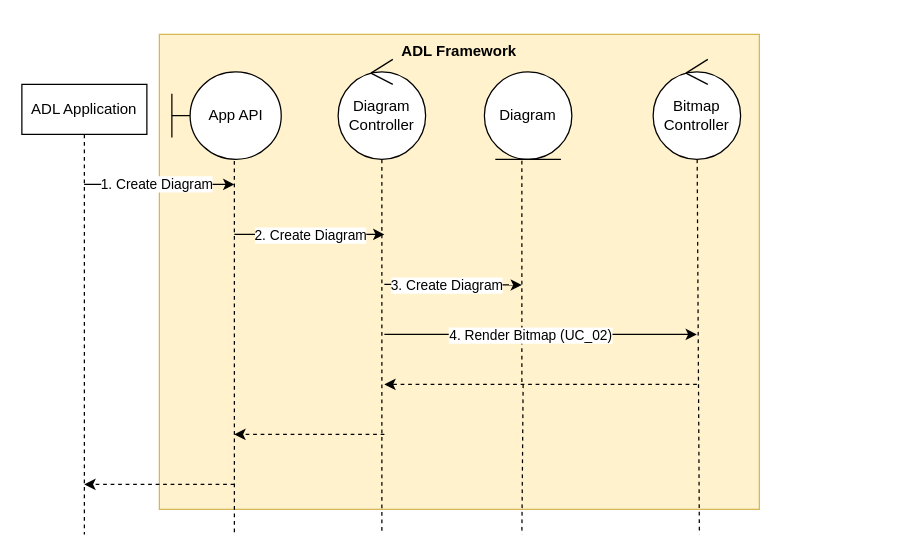
Before: Create Diagram.drawio in phunm211/SW-Associate-Architecture, a draw.io diagram. Source tidied: cells renumbered, new cells numbered last; positions are measured from the earlier drawing's top-left corner, leaving out a move shared by most shapes. Both pictures are drawn from the tidied source at 125%, with x=0, y=0 at pixel (21, 34).
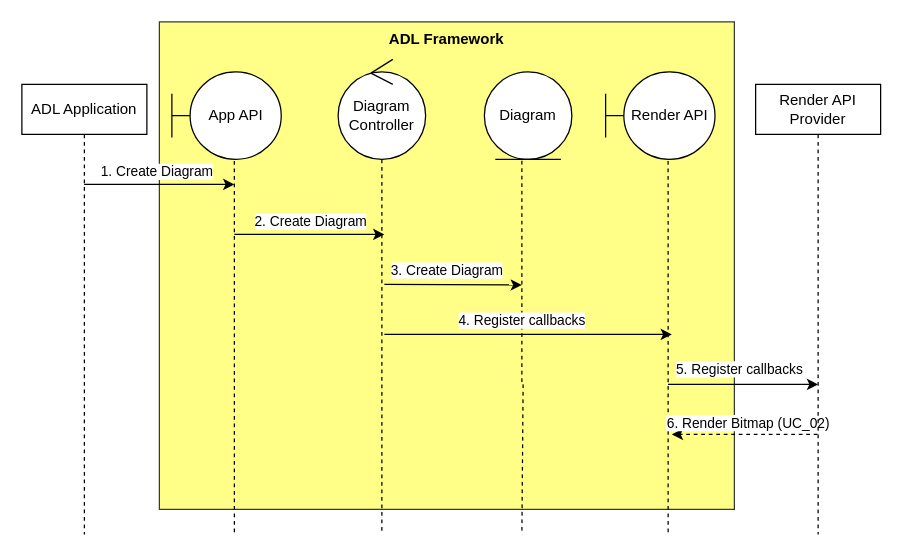
After the change.

Unchanged cells that the change refers to:
```xml
<mxCell id="3" style="edgeStyle=orthogonalEdgeStyle;rounded=0;orthogonalLoop=1;jettySize=auto;html=1;curved=0;" parent="1" edge="1">
  <mxGeometry relative="1" as="geometry">
    <mxPoint x="49.8" y="120" as="sourcePoint" />
    <mxPoint x="170" y="120" as="targetPoint" />
    <Array as="points">
      <mxPoint x="170" y="120" />
    </Array>
  </mxGeometry>
</mxCell>
<mxCell id="14" style="endArrow=classic;html=1;rounded=0;" parent="1" edge="1">
  <mxGeometry relative="1" as="geometry">
    <mxPoint x="290" y="200" as="sourcePoint" />
    <mxPoint x="400" y="200.5" as="targetPoint" />
  </mxGeometry>
</mxCell>
```

The edit, as a diff of the source:
```diff
@@
-    <mxCell id="2" value="&lt;b&gt;ADL Framework&lt;/b&gt;" style="rounded=0;whiteSpace=wrap;html=1;verticalAlign=top;fillColor=#fff2cc;strokeColor=#d6b656;" parent="1" vertex="1">
-      <mxGeometry x="110" width="480" height="380" as="geometry" />
+    <mxCell id="2" value="&lt;b&gt;ADL Framework&lt;/b&gt;" style="rounded=0;whiteSpace=wrap;html=1;verticalAlign=top;fillColor=#ffff88;strokeColor=#36393d;" parent="1" vertex="1">
+      <mxGeometry x="110" y="-10" width="460" height="390" as="geometry" />
     </mxCell>
+    <mxCell id="23" style="rounded=0;jettySize=auto;html=1;endArrow=none;endFill=0;dashed=1;exitX=0.571;exitY=1.019;exitDx=0;exitDy=0;exitPerimeter=0;" parent="1" edge="1" source="24">
+      <mxGeometry relative="1" as="geometry">
+        <mxPoint x="517" y="400" as="targetPoint" />
+        <Array as="points">
+          <mxPoint x="517" y="130" />
+        </Array>
+      </mxGeometry>
+    </mxCell>
@@
     <mxCell id="4" value="1. Create Diagram" style="edgeLabel;html=1;align=center;verticalAlign=middle;" parent="3" vertex="1">
-      <mxGeometry x="-0.03" y="1" relative="1" as="geometry" />
+      <mxGeometry x="-0.03" y="1" relative="1" as="geometry">
+        <mxPoint y="-10" as="offset" />
+      </mxGeometry>
     </mxCell>
@@
     <mxCell id="13" value="2. Create Diagram" style="edgeLabel;html=1;align=center;verticalAlign=middle;" parent="1" vertex="1">
-      <mxGeometry x="230" y="160" as="geometry" />
+      <mxGeometry x="230" y="149" as="geometry" />
     </mxCell>
@@
     <mxCell id="15" value="3. Create Diagram" style="edgeLabel;html=1;align=center;verticalAlign=middle;" parent="14" vertex="1">
       <mxGeometry x="-0.33" y="-1" relative="1" as="geometry">
-        <mxPoint x="13" y="-1" as="offset" />
+        <mxPoint x="13" y="-13" as="offset" />
       </mxGeometry>
     </mxCell>
-    <mxCell id="16" style="endArrow=classic;html=1;rounded=0;" parent="1" edge="1">
+    <mxCell id="16" style="endArrow=classic;html=1;rounded=0;edgeStyle=orthogonalEdgeStyle;dashed=1;" parent="1" edge="1" source="25">
       <mxGeometry relative="1" as="geometry">
-        <mxPoint x="290" y="240" as="sourcePoint" />
-        <mxPoint x="540" y="240" as="targetPoint" />
+        <mxPoint x="520" y="320" as="targetPoint" />
+        <Array as="points">
+          <mxPoint x="570" y="320" />
+          <mxPoint x="570" y="320" />
+        </Array>
       </mxGeometry>
     </mxCell>
-    <mxCell id="17" value="4. Render Bitmap (UC_02)" style="edgeLabel;html=1;align=center;verticalAlign=middle;" parent="16" vertex="1">
+    <mxCell id="17" value="6. Render Bitmap (UC_02)" style="edgeLabel;html=1;align=center;verticalAlign=middle;" parent="16" vertex="1">
       <mxGeometry x="-0.33" y="-1" relative="1" as="geometry">
-        <mxPoint x="32" y="-1" as="offset" />
+        <mxPoint x="-17" y="-9" as="offset" />
       </mxGeometry>
     </mxCell>
-    <mxCell id="18" style="rounded=0;jettySize=auto;html=1;dashed=1;endArrow=none;endFill=0;" parent="1" edge="1" source="19">
-      <mxGeometry relative="1" as="geometry">
-        <mxPoint x="542" y="400" as="targetPoint" />
-      </mxGeometry>
-    </mxCell>
-    <mxCell id="19" value="Bitmap Controller" style="ellipse;shape=umlControl;whiteSpace=wrap;html=1;" parent="1" vertex="1">
-      <mxGeometry x="505" y="20" width="70" height="80" as="geometry" />
-    </mxCell>
-    <mxCell id="20" style="endArrow=classic;html=1;rounded=0;dashed=1;" parent="1" edge="1">
-      <mxGeometry relative="1" as="geometry">
-        <mxPoint x="540" y="280" as="sourcePoint" />
-        <mxPoint x="290" y="280" as="targetPoint" />
-      </mxGeometry>
-    </mxCell>
-    <mxCell id="21" style="endArrow=classic;html=1;rounded=0;dashed=1;" parent="1" edge="1">
-      <mxGeometry relative="1" as="geometry">
-        <mxPoint x="290" y="320" as="sourcePoint" />
-        <mxPoint x="170" y="320" as="targetPoint" />
-      </mxGeometry>
-    </mxCell>
-    <mxCell id="22" style="endArrow=classic;html=1;rounded=0;dashed=1;" parent="1" edge="1">
-      <mxGeometry relative="1" as="geometry">
-        <mxPoint x="170" y="360" as="sourcePoint" />
-        <mxPoint x="50" y="360" as="targetPoint" />
-      </mxGeometry>
-    </mxCell>
+    <mxCell id="24" value="Render API" style="shape=umlBoundary;whiteSpace=wrap;html=1;" parent="1" vertex="1">
+      <mxGeometry x="467" y="30" width="87.5" height="70" as="geometry" />
+    </mxCell>
+    <mxCell id="25" value="Render API Provider" style="shape=umlLifeline;perimeter=lifelinePerimeter;whiteSpace=wrap;html=1;outlineConnect=0;portConstraint=eastwest;newEdgeStyle={&quot;curved&quot;:0,&quot;rounded&quot;:0};" parent="1" vertex="1">
+      <mxGeometry x="587" y="40" width="100" height="360" as="geometry" />
+    </mxCell>
+    <mxCell id="26" style="endArrow=classic;html=1;rounded=0;" parent="1" edge="1">
+      <mxGeometry relative="1" as="geometry">
+        <mxPoint x="290" y="240" as="sourcePoint" />
+        <mxPoint x="520" y="240" as="targetPoint" />
+      </mxGeometry>
+    </mxCell>
+    <mxCell id="27" value="4. Register callbacks" style="edgeLabel;html=1;align=center;verticalAlign=middle;" parent="26" vertex="1">
+      <mxGeometry x="0.28" y="2" relative="1" as="geometry">
+        <mxPoint x="-38" y="-10" as="offset" />
+      </mxGeometry>
+    </mxCell>
+    <mxCell id="28" style="endArrow=classic;html=1;rounded=0;" parent="1" edge="1">
+      <mxGeometry relative="1" as="geometry">
+        <mxPoint x="517" y="280" as="sourcePoint" />
+        <mxPoint x="637" y="280" as="targetPoint" />
+      </mxGeometry>
+    </mxCell>
+    <mxCell id="29" value="5. Register callbacks" style="edgeLabel;html=1;align=center;verticalAlign=middle;" parent="28" vertex="1">
+      <mxGeometry x="0.28" y="2" relative="1" as="geometry">
+        <mxPoint x="-21" y="-11" as="offset" />
+      </mxGeometry>
+    </mxCell>
```
